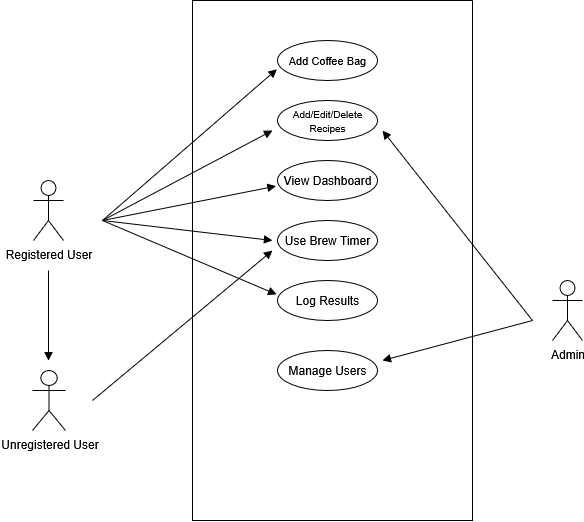
Above: artifacts/useCaseDiagram.png in Smittyxc/gvsu-cis350-Coffee (draw.io), before the change. Source tidied: cells renumbered, new cells last; positions are measured from the earlier drawing's top-left corner, leaving out a move shared by most shapes. Source of this version:
```xml
<mxGraphModel background="#ffffff">
  <root>
    <mxCell id="0" />
    <mxCell id="1" parent="0" />
    <mxCell id="2" value="Unregistered User" style="shape=umlActor;verticalLabelPosition=bottom;verticalAlign=top;html=1;" parent="1" vertex="1">
      <mxGeometry y="370" width="33" height="60" as="geometry" />
    </mxCell>
    <mxCell id="3" value="Registered User" style="shape=umlActor;verticalLabelPosition=bottom;verticalAlign=top;html=1;" parent="1" vertex="1">
      <mxGeometry x="1" y="180" width="30" height="60" as="geometry" />
    </mxCell>
    <mxCell id="4" style="html=1;verticalAlign=bottom;endArrow=block;curved=0;rounded=0;" parent="1" edge="1">
      <mxGeometry relative="1" as="geometry">
        <mxPoint x="16" y="270" as="sourcePoint" />
        <mxPoint x="16" y="360" as="targetPoint" />
      </mxGeometry>
    </mxCell>
    <mxCell id="5" style="html=1;verticalAlign=bottom;endArrow=block;curved=0;rounded=0;entryX=-0.006;entryY=0.717;entryDx=0;entryDy=0;entryPerimeter=0;" parent="1" edge="1" target="8">
      <mxGeometry relative="1" as="geometry">
        <mxPoint x="70" y="220" as="sourcePoint" />
      </mxGeometry>
    </mxCell>
    <mxCell id="6" style="endArrow=none;html=1;rounded=0;" parent="1" edge="1">
      <mxGeometry relative="1" as="geometry">
        <mxPoint x="160" y="520" as="sourcePoint" />
        <mxPoint x="440" as="targetPoint" />
        <Array as="points">
          <mxPoint x="440" y="520" />
        </Array>
      </mxGeometry>
    </mxCell>
    <mxCell id="7" style="endArrow=none;html=1;rounded=0;" parent="1" edge="1">
      <mxGeometry relative="1" as="geometry">
        <mxPoint x="160" y="520" as="sourcePoint" />
        <mxPoint x="440" as="targetPoint" />
        <Array as="points">
          <mxPoint x="160" />
        </Array>
      </mxGeometry>
    </mxCell>
    <mxCell id="8" value="&lt;font style=&quot;font-size: 11px;&quot;&gt;Add Coffee Bag&lt;/font&gt;" style="ellipse;whiteSpace=wrap;html=1;align=center;newEdgeStyle={&quot;edgeStyle&quot;:&quot;entityRelationEdgeStyle&quot;,&quot;startArrow&quot;:&quot;none&quot;,&quot;endArrow&quot;:&quot;none&quot;,&quot;segment&quot;:10,&quot;curved&quot;:1,&quot;sourcePerimeterSpacing&quot;:0,&quot;targetPerimeterSpacing&quot;:0};" parent="1" vertex="1">
      <mxGeometry x="245" y="40" width="100" height="40" as="geometry" />
    </mxCell>
    <mxCell id="9" value="&lt;font style=&quot;font-size: 10px;&quot;&gt;Add/Edit/Delete Recipes&lt;/font&gt;" style="ellipse;whiteSpace=wrap;html=1;align=center;newEdgeStyle={&quot;edgeStyle&quot;:&quot;entityRelationEdgeStyle&quot;,&quot;startArrow&quot;:&quot;none&quot;,&quot;endArrow&quot;:&quot;none&quot;,&quot;segment&quot;:10,&quot;curved&quot;:1,&quot;sourcePerimeterSpacing&quot;:0,&quot;targetPerimeterSpacing&quot;:0};" parent="1" vertex="1">
      <mxGeometry x="245" y="100" width="100" height="40" as="geometry" />
    </mxCell>
    <mxCell id="10" value="Use Brew Timer" style="ellipse;whiteSpace=wrap;html=1;align=center;newEdgeStyle={&quot;edgeStyle&quot;:&quot;entityRelationEdgeStyle&quot;,&quot;startArrow&quot;:&quot;none&quot;,&quot;endArrow&quot;:&quot;none&quot;,&quot;segment&quot;:10,&quot;curved&quot;:1,&quot;sourcePerimeterSpacing&quot;:0,&quot;targetPerimeterSpacing&quot;:0};" parent="1" vertex="1">
      <mxGeometry x="245" y="220" width="100" height="40" as="geometry" />
    </mxCell>
    <mxCell id="11" value="Log Results" style="ellipse;whiteSpace=wrap;html=1;align=center;newEdgeStyle={&quot;edgeStyle&quot;:&quot;entityRelationEdgeStyle&quot;,&quot;startArrow&quot;:&quot;none&quot;,&quot;endArrow&quot;:&quot;none&quot;,&quot;segment&quot;:10,&quot;curved&quot;:1,&quot;sourcePerimeterSpacing&quot;:0,&quot;targetPerimeterSpacing&quot;:0};" parent="1" vertex="1">
      <mxGeometry x="245" y="280" width="100" height="40" as="geometry" />
    </mxCell>
    <mxCell id="12" value="View Dashboard" style="ellipse;whiteSpace=wrap;html=1;align=center;newEdgeStyle={&quot;edgeStyle&quot;:&quot;entityRelationEdgeStyle&quot;,&quot;startArrow&quot;:&quot;none&quot;,&quot;endArrow&quot;:&quot;none&quot;,&quot;segment&quot;:10,&quot;curved&quot;:1,&quot;sourcePerimeterSpacing&quot;:0,&quot;targetPerimeterSpacing&quot;:0};" parent="1" vertex="1">
      <mxGeometry x="245" y="160" width="100" height="40" as="geometry" />
    </mxCell>
    <mxCell id="13" style="html=1;verticalAlign=bottom;endArrow=block;curved=0;rounded=0;" parent="1" edge="1">
      <mxGeometry relative="1" as="geometry">
        <mxPoint x="70" y="220" as="sourcePoint" />
        <mxPoint x="240" y="130" as="targetPoint" />
      </mxGeometry>
    </mxCell>
    <mxCell id="14" style="html=1;verticalAlign=bottom;endArrow=block;curved=0;rounded=0;entryX=-0.015;entryY=0.641;entryDx=0;entryDy=0;entryPerimeter=0;" parent="1" edge="1" target="12">
      <mxGeometry relative="1" as="geometry">
        <mxPoint x="70" y="220" as="sourcePoint" />
      </mxGeometry>
    </mxCell>
    <mxCell id="15" style="html=1;verticalAlign=bottom;endArrow=block;curved=0;rounded=0;" parent="1" edge="1">
      <mxGeometry relative="1" as="geometry">
        <mxPoint x="70" y="220" as="sourcePoint" />
        <mxPoint x="240" y="240" as="targetPoint" />
      </mxGeometry>
    </mxCell>
    <mxCell id="16" style="html=1;verticalAlign=bottom;endArrow=block;curved=0;rounded=0;entryX=-0.01;entryY=0.348;entryDx=0;entryDy=0;entryPerimeter=0;" parent="1" edge="1" target="11">
      <mxGeometry relative="1" as="geometry">
        <mxPoint x="70" y="220" as="sourcePoint" />
      </mxGeometry>
    </mxCell>
    <mxCell id="17" style="html=1;verticalAlign=bottom;endArrow=block;curved=0;rounded=0;" parent="1" edge="1">
      <mxGeometry relative="1" as="geometry">
        <mxPoint x="60" y="400" as="sourcePoint" />
        <mxPoint x="240" y="250" as="targetPoint" />
      </mxGeometry>
    </mxCell>
    <mxCell id="18" value="Admin" style="shape=umlActor;verticalLabelPosition=bottom;verticalAlign=top;html=1;" parent="1" vertex="1">
      <mxGeometry x="520" y="280" width="30" height="60" as="geometry" />
    </mxCell>
    <mxCell id="19" value="Manage Users" style="ellipse;whiteSpace=wrap;html=1;align=center;newEdgeStyle={&quot;edgeStyle&quot;:&quot;entityRelationEdgeStyle&quot;,&quot;startArrow&quot;:&quot;none&quot;,&quot;endArrow&quot;:&quot;none&quot;,&quot;segment&quot;:10,&quot;curved&quot;:1,&quot;sourcePerimeterSpacing&quot;:0,&quot;targetPerimeterSpacing&quot;:0};" parent="1" vertex="1">
      <mxGeometry x="245" y="350" width="100" height="40" as="geometry" />
    </mxCell>
    <mxCell id="20" style="html=1;verticalAlign=bottom;endArrow=block;curved=0;rounded=0;" parent="1" edge="1">
      <mxGeometry relative="1" as="geometry">
        <mxPoint x="500" y="320" as="sourcePoint" />
        <mxPoint x="350" y="360" as="targetPoint" />
      </mxGeometry>
    </mxCell>
    <mxCell id="21" style="html=1;verticalAlign=bottom;endArrow=block;curved=0;rounded=0;" parent="1" edge="1">
      <mxGeometry relative="1" as="geometry">
        <mxPoint x="500" y="320" as="sourcePoint" />
        <mxPoint x="350" y="130" as="targetPoint" />
      </mxGeometry>
    </mxCell>
  </root>
</mxGraphModel>
```
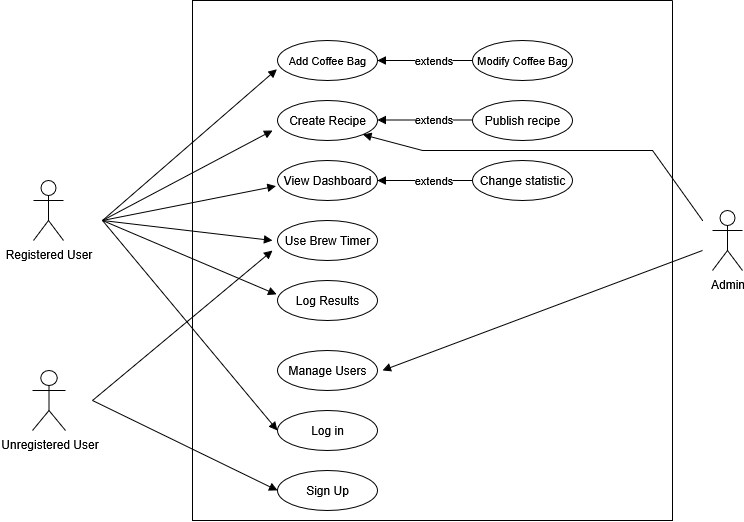
After the change.

Commit message:
Corrected Use Case Diagram, updated requirements, login/signup fixes

Change to the diagram source:
```diff
@@ -8,12 +8,6 @@
     <mxCell id="3" value="Registered User" style="shape=umlActor;verticalLabelPosition=bottom;verticalAlign=top;html=1;" parent="1" vertex="1">
       <mxGeometry x="1" y="180" width="30" height="60" as="geometry" />
     </mxCell>
-    <mxCell id="4" style="html=1;verticalAlign=bottom;endArrow=block;curved=0;rounded=0;" parent="1" edge="1">
-      <mxGeometry relative="1" as="geometry">
-        <mxPoint x="16" y="270" as="sourcePoint" />
-        <mxPoint x="16" y="360" as="targetPoint" />
-      </mxGeometry>
-    </mxCell>
     <mxCell id="5" style="html=1;verticalAlign=bottom;endArrow=block;curved=0;rounded=0;entryX=-0.006;entryY=0.717;entryDx=0;entryDy=0;entryPerimeter=0;" parent="1" edge="1" target="8">
       <mxGeometry relative="1" as="geometry">
         <mxPoint x="70" y="220" as="sourcePoint" />
@@ -22,16 +16,16 @@
     <mxCell id="6" style="endArrow=none;html=1;rounded=0;" parent="1" edge="1">
       <mxGeometry relative="1" as="geometry">
         <mxPoint x="160" y="520" as="sourcePoint" />
-        <mxPoint x="440" as="targetPoint" />
+        <mxPoint x="640" as="targetPoint" />
         <Array as="points">
-          <mxPoint x="440" y="520" />
+          <mxPoint x="640" y="520" />
         </Array>
       </mxGeometry>
     </mxCell>
     <mxCell id="7" style="endArrow=none;html=1;rounded=0;" parent="1" edge="1">
       <mxGeometry relative="1" as="geometry">
         <mxPoint x="160" y="520" as="sourcePoint" />
-        <mxPoint x="440" as="targetPoint" />
+        <mxPoint x="640" as="targetPoint" />
         <Array as="points">
           <mxPoint x="160" />
         </Array>
@@ -40,7 +34,7 @@
     <mxCell id="8" value="&lt;font style=&quot;font-size: 11px;&quot;&gt;Add Coffee Bag&lt;/font&gt;" style="ellipse;whiteSpace=wrap;html=1;align=center;newEdgeStyle={&quot;edgeStyle&quot;:&quot;entityRelationEdgeStyle&quot;,&quot;startArrow&quot;:&quot;none&quot;,&quot;endArrow&quot;:&quot;none&quot;,&quot;segment&quot;:10,&quot;curved&quot;:1,&quot;sourcePerimeterSpacing&quot;:0,&quot;targetPerimeterSpacing&quot;:0};" parent="1" vertex="1">
       <mxGeometry x="245" y="40" width="100" height="40" as="geometry" />
     </mxCell>
-    <mxCell id="9" value="&lt;font style=&quot;font-size: 10px;&quot;&gt;Add/Edit/Delete Recipes&lt;/font&gt;" style="ellipse;whiteSpace=wrap;html=1;align=center;newEdgeStyle={&quot;edgeStyle&quot;:&quot;entityRelationEdgeStyle&quot;,&quot;startArrow&quot;:&quot;none&quot;,&quot;endArrow&quot;:&quot;none&quot;,&quot;segment&quot;:10,&quot;curved&quot;:1,&quot;sourcePerimeterSpacing&quot;:0,&quot;targetPerimeterSpacing&quot;:0};" parent="1" vertex="1">
+    <mxCell id="9" value="Create Recipe" style="ellipse;whiteSpace=wrap;html=1;align=center;newEdgeStyle={&quot;edgeStyle&quot;:&quot;entityRelationEdgeStyle&quot;,&quot;startArrow&quot;:&quot;none&quot;,&quot;endArrow&quot;:&quot;none&quot;,&quot;segment&quot;:10,&quot;curved&quot;:1,&quot;sourcePerimeterSpacing&quot;:0,&quot;targetPerimeterSpacing&quot;:0};" parent="1" vertex="1">
       <mxGeometry x="245" y="100" width="100" height="40" as="geometry" />
     </mxCell>
     <mxCell id="10" value="Use Brew Timer" style="ellipse;whiteSpace=wrap;html=1;align=center;newEdgeStyle={&quot;edgeStyle&quot;:&quot;entityRelationEdgeStyle&quot;,&quot;startArrow&quot;:&quot;none&quot;,&quot;endArrow&quot;:&quot;none&quot;,&quot;segment&quot;:10,&quot;curved&quot;:1,&quot;sourcePerimeterSpacing&quot;:0,&quot;targetPerimeterSpacing&quot;:0};" parent="1" vertex="1">
@@ -81,22 +75,71 @@
       </mxGeometry>
     </mxCell>
     <mxCell id="18" value="Admin" style="shape=umlActor;verticalLabelPosition=bottom;verticalAlign=top;html=1;" parent="1" vertex="1">
-      <mxGeometry x="520" y="280" width="30" height="60" as="geometry" />
+      <mxGeometry x="680" y="210" width="30" height="60" as="geometry" />
     </mxCell>
     <mxCell id="19" value="Manage Users" style="ellipse;whiteSpace=wrap;html=1;align=center;newEdgeStyle={&quot;edgeStyle&quot;:&quot;entityRelationEdgeStyle&quot;,&quot;startArrow&quot;:&quot;none&quot;,&quot;endArrow&quot;:&quot;none&quot;,&quot;segment&quot;:10,&quot;curved&quot;:1,&quot;sourcePerimeterSpacing&quot;:0,&quot;targetPerimeterSpacing&quot;:0};" parent="1" vertex="1">
       <mxGeometry x="245" y="350" width="100" height="40" as="geometry" />
     </mxCell>
     <mxCell id="20" style="html=1;verticalAlign=bottom;endArrow=block;curved=0;rounded=0;" parent="1" edge="1">
       <mxGeometry relative="1" as="geometry">
-        <mxPoint x="500" y="320" as="sourcePoint" />
-        <mxPoint x="350" y="360" as="targetPoint" />
+        <mxPoint x="670" y="250" as="sourcePoint" />
+        <mxPoint x="350" y="370" as="targetPoint" />
       </mxGeometry>
     </mxCell>
-    <mxCell id="21" style="html=1;verticalAlign=bottom;endArrow=block;curved=0;rounded=0;" parent="1" edge="1">
+    <mxCell id="21" style="html=1;verticalAlign=bottom;endArrow=block;curved=0;rounded=0;entryX=1;entryY=1;entryDx=0;entryDy=0;" parent="1" edge="1" target="9">
       <mxGeometry relative="1" as="geometry">
-        <mxPoint x="500" y="320" as="sourcePoint" />
-        <mxPoint x="350" y="130" as="targetPoint" />
+        <mxPoint x="670" y="220" as="sourcePoint" />
+        <Array as="points">
+          <mxPoint x="620" y="150" />
+          <mxPoint x="390" y="150" />
+        </Array>
       </mxGeometry>
     </mxCell>
+    <mxCell id="22" style="html=1;verticalAlign=bottom;endArrow=block;curved=0;rounded=0;entryX=1;entryY=0.5;entryDx=0;entryDy=0;exitX=0;exitY=0.5;exitDx=0;exitDy=0;" parent="1" edge="1" source="24" target="8">
+      <mxGeometry relative="1" as="geometry" />
+    </mxCell>
+    <mxCell id="23" value="extends" style="edgeLabel;html=1;align=center;verticalAlign=middle;" parent="22" vertex="1">
+      <mxGeometry x="-0.16" y="-1" relative="1" as="geometry" />
+    </mxCell>
+    <mxCell id="24" value="&lt;font style=&quot;font-size: 11px;&quot;&gt;Modify Coffee Bag&lt;/font&gt;" style="ellipse;whiteSpace=wrap;html=1;align=center;newEdgeStyle={&quot;edgeStyle&quot;:&quot;entityRelationEdgeStyle&quot;,&quot;startArrow&quot;:&quot;none&quot;,&quot;endArrow&quot;:&quot;none&quot;,&quot;segment&quot;:10,&quot;curved&quot;:1,&quot;sourcePerimeterSpacing&quot;:0,&quot;targetPerimeterSpacing&quot;:0};" parent="1" vertex="1">
+      <mxGeometry x="440" y="40" width="100" height="40" as="geometry" />
+    </mxCell>
+    <mxCell id="25" style="html=1;verticalAlign=bottom;endArrow=block;curved=0;rounded=0;exitX=0;exitY=0.5;exitDx=0;exitDy=0;entryX=1;entryY=0.5;entryDx=0;entryDy=0;" parent="1" edge="1" source="27" target="12">
+      <mxGeometry relative="1" as="geometry" />
+    </mxCell>
+    <mxCell id="26" value="extends" style="edgeLabel;html=1;align=center;verticalAlign=middle;" parent="25" vertex="1">
+      <mxGeometry x="-0.16" y="-1" relative="1" as="geometry" />
+    </mxCell>
+    <mxCell id="27" value="Change statistic" style="ellipse;whiteSpace=wrap;html=1;align=center;newEdgeStyle={&quot;edgeStyle&quot;:&quot;entityRelationEdgeStyle&quot;,&quot;startArrow&quot;:&quot;none&quot;,&quot;endArrow&quot;:&quot;none&quot;,&quot;segment&quot;:10,&quot;curved&quot;:1,&quot;sourcePerimeterSpacing&quot;:0,&quot;targetPerimeterSpacing&quot;:0};" parent="1" vertex="1">
+      <mxGeometry x="440" y="160" width="100" height="40" as="geometry" />
+    </mxCell>
+    <mxCell id="28" style="html=1;verticalAlign=bottom;endArrow=block;curved=0;rounded=0;exitX=0;exitY=0.5;exitDx=0;exitDy=0;entryX=1;entryY=0.5;entryDx=0;entryDy=0;" parent="1" edge="1">
+      <mxGeometry relative="1" as="geometry">
+        <mxPoint x="440" y="119.5" as="sourcePoint" />
+        <mxPoint x="345" y="119.5" as="targetPoint" />
+      </mxGeometry>
+    </mxCell>
+    <mxCell id="29" value="extends" style="edgeLabel;html=1;align=center;verticalAlign=middle;" parent="28" vertex="1">
+      <mxGeometry x="-0.16" y="-1" relative="1" as="geometry" />
+    </mxCell>
+    <mxCell id="30" value="Publish recipe" style="ellipse;whiteSpace=wrap;html=1;align=center;newEdgeStyle={&quot;edgeStyle&quot;:&quot;entityRelationEdgeStyle&quot;,&quot;startArrow&quot;:&quot;none&quot;,&quot;endArrow&quot;:&quot;none&quot;,&quot;segment&quot;:10,&quot;curved&quot;:1,&quot;sourcePerimeterSpacing&quot;:0,&quot;targetPerimeterSpacing&quot;:0};" parent="1" vertex="1">
+      <mxGeometry x="440" y="100" width="100" height="40" as="geometry" />
+    </mxCell>
+    <mxCell id="31" value="Sign Up" style="ellipse;whiteSpace=wrap;html=1;align=center;newEdgeStyle={&quot;edgeStyle&quot;:&quot;entityRelationEdgeStyle&quot;,&quot;startArrow&quot;:&quot;none&quot;,&quot;endArrow&quot;:&quot;none&quot;,&quot;segment&quot;:10,&quot;curved&quot;:1,&quot;sourcePerimeterSpacing&quot;:0,&quot;targetPerimeterSpacing&quot;:0};" parent="1" vertex="1">
+      <mxGeometry x="245" y="470" width="100" height="40" as="geometry" />
+    </mxCell>
+    <mxCell id="32" value="&lt;div&gt;Log in&lt;/div&gt;" style="ellipse;whiteSpace=wrap;html=1;align=center;newEdgeStyle={&quot;edgeStyle&quot;:&quot;entityRelationEdgeStyle&quot;,&quot;startArrow&quot;:&quot;none&quot;,&quot;endArrow&quot;:&quot;none&quot;,&quot;segment&quot;:10,&quot;curved&quot;:1,&quot;sourcePerimeterSpacing&quot;:0,&quot;targetPerimeterSpacing&quot;:0};" parent="1" vertex="1">
+      <mxGeometry x="245" y="410" width="100" height="40" as="geometry" />
+    </mxCell>
+    <mxCell id="33" style="html=1;verticalAlign=bottom;endArrow=block;curved=0;rounded=0;entryX=0;entryY=0.5;entryDx=0;entryDy=0;" parent="1" edge="1" target="32">
+      <mxGeometry relative="1" as="geometry">
+        <mxPoint x="70" y="220" as="sourcePoint" />
+      </mxGeometry>
+    </mxCell>
+    <mxCell id="34" style="html=1;verticalAlign=bottom;endArrow=block;curved=0;rounded=0;entryX=0;entryY=0.5;entryDx=0;entryDy=0;" parent="1" edge="1" target="31">
+      <mxGeometry relative="1" as="geometry">
+        <mxPoint x="60" y="400" as="sourcePoint" />
+      </mxGeometry>
+    </mxCell>
   </root>
 </mxGraphModel>
```
